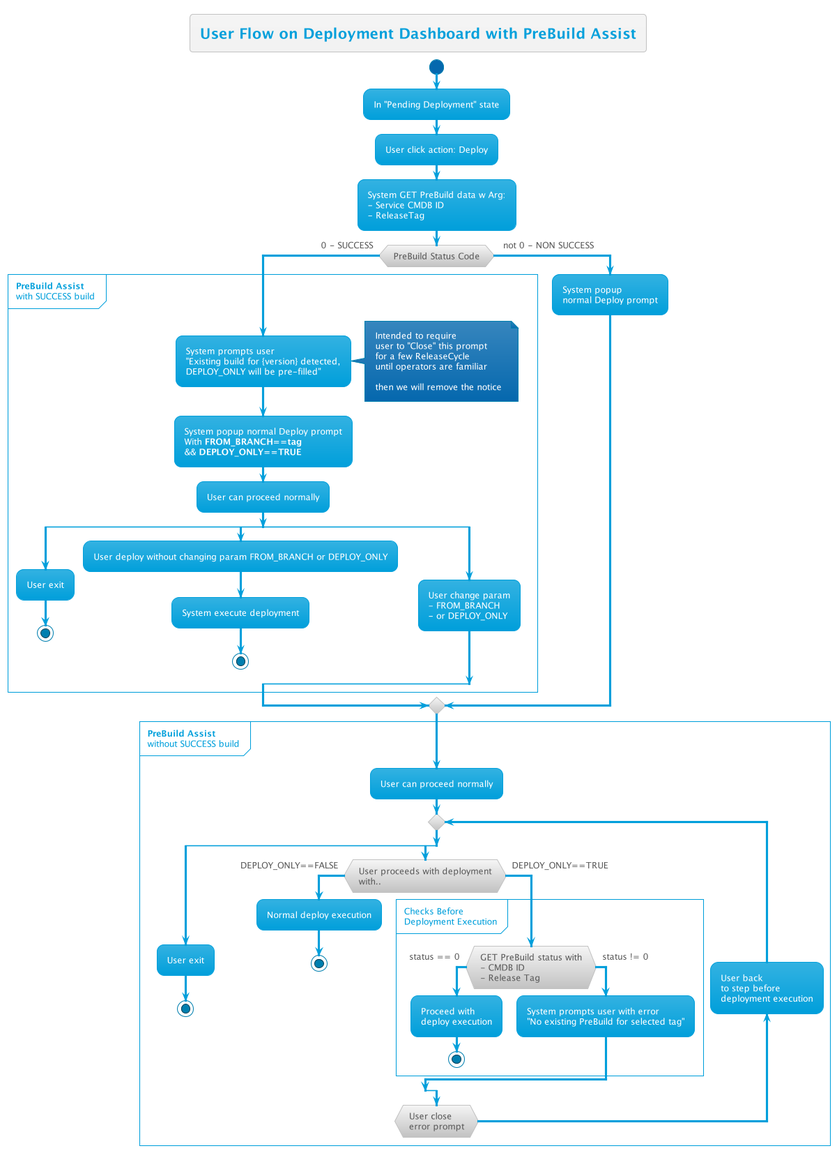
The PlantUML diagram out/PreBuildFlow/PreBuildAssistUserFlow/PreBuildAssistUserFlow.png in thetomitomo/diagrams, before a commit.
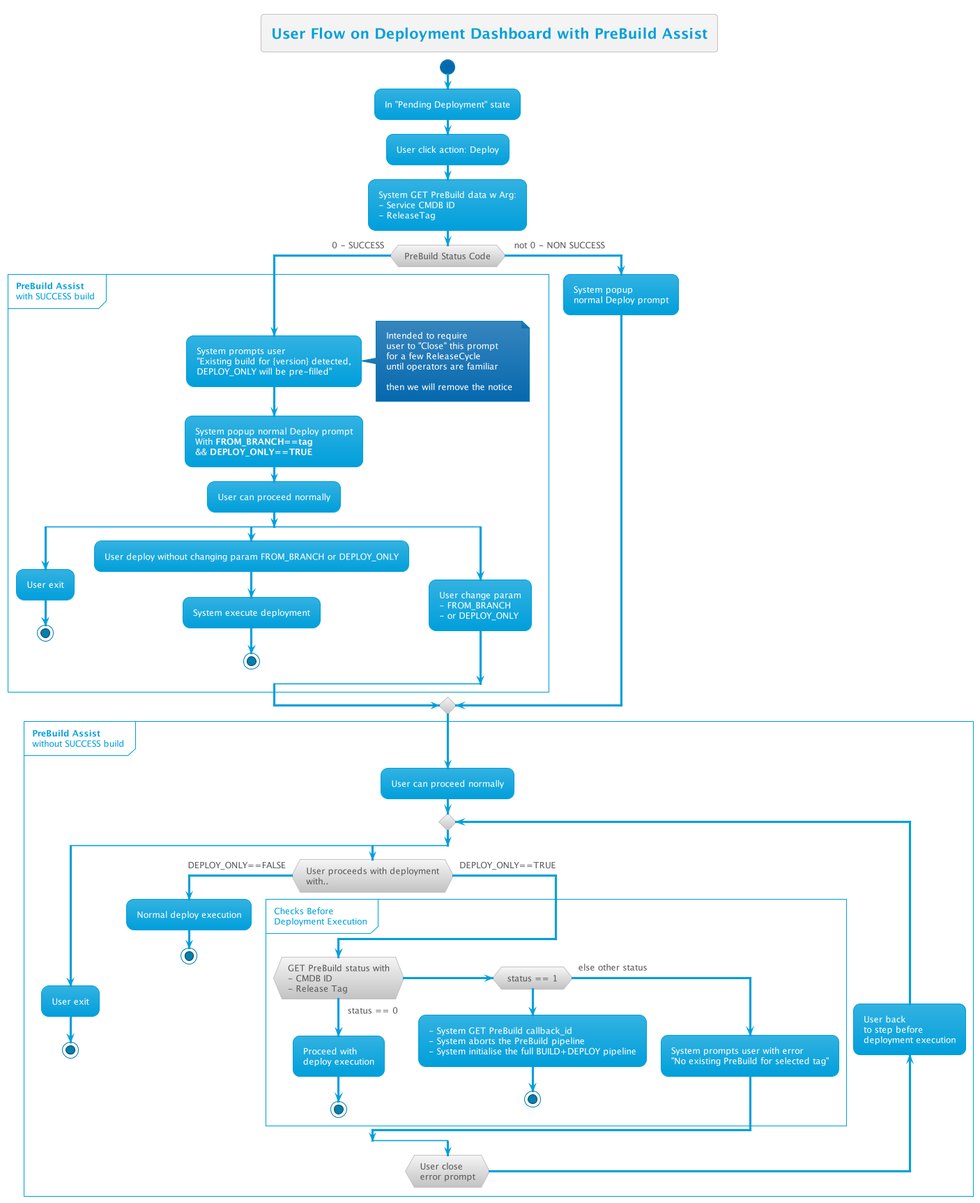
The same file after the commit.

Commit message:
prebuild assist update

Change to the diagram source:
```diff
@@ -56,7 +56,10 @@
                     if (GET PreBuild status with\n- CMDB ID\n- Release Tag) then (status == 0)
                         :Proceed with\ndeploy execution;
                         stop
-                    else (status != 0)
+                    elseif (status == 1)
+                        :- System GET PreBuild callback_id\n- System aborts the PreBuild pipeline\n- System initialise the full BUILD+DEPLOY pipeline;
+                        stop
+                    else (else other status)
                         :System prompts user with error\n"No existing PreBuild for selected tag";
                     endif
                 end group
```
